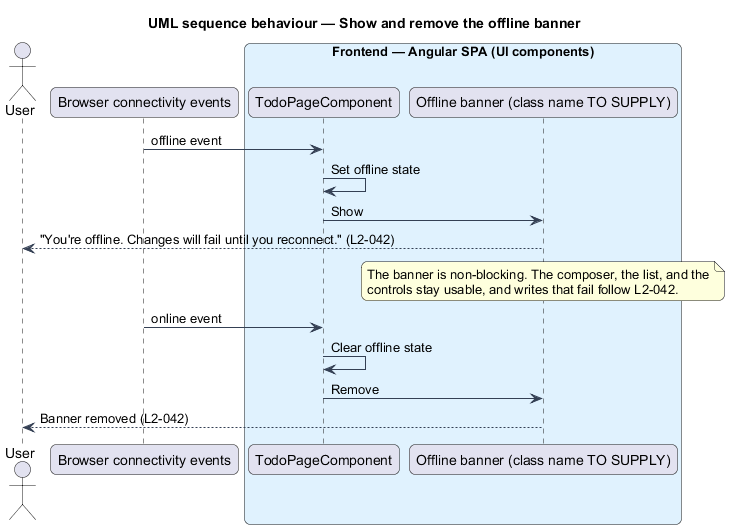
The PlantUML diagram docs/detailed-designs/interface/handle-connectivity-failures/diagrams/sequence-offline-banner.png in QuinntyneBrown/php-todo-lab, before a commit. Its diagram source:
```plantuml
@startuml
title UML sequence behaviour — Show and remove the offline banner
skinparam backgroundColor #FFFFFF
skinparam shadowing false
skinparam roundcorner 12
skinparam defaultFontName Arial
skinparam ArrowColor #344054
skinparam rectangle {
  BorderColor #344054
  FontColor #101828
}
skinparam package {
  BorderColor #667085
  FontColor #101828
  BackgroundColor #F9FAFB
}
actor "User" as user
participant "Browser connectivity events" as browser
box "Frontend — Angular SPA (UI components)" #E0F2FE
  participant "TodoPageComponent" as page
  participant "Offline banner (class name TO SUPPLY)" as banner
end box
browser -> page : offline event
page -> page : Set offline state
page -> banner : Show
banner --> user : "You're offline. Changes will fail until you reconnect." (L2-042)
note over banner
  The banner is non-blocking. The composer, the list, and the
  controls stay usable, and writes that fail follow L2-042.
end note
browser -> page : online event
page -> page : Clear offline state
page -> banner : Remove
banner --> user : Banner removed (L2-042)
@enduml
```
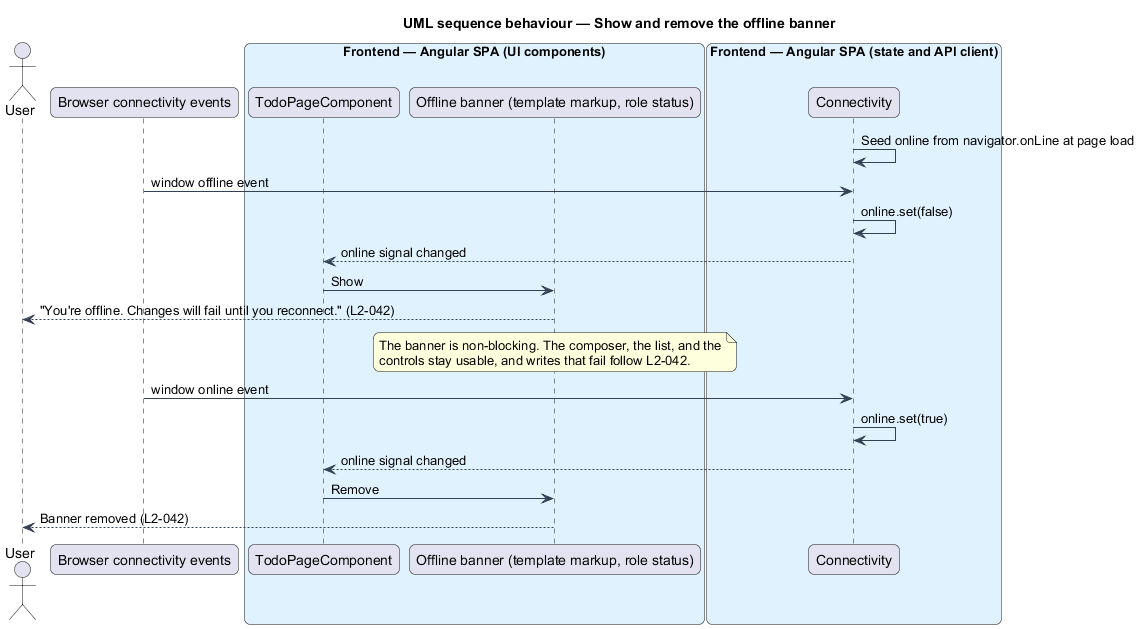
After the commit.

Diff of the diagram source:
```diff
@@ -18,18 +18,24 @@
 participant "Browser connectivity events" as browser
 box "Frontend — Angular SPA (UI components)" #E0F2FE
   participant "TodoPageComponent" as page
-  participant "Offline banner (class name TO SUPPLY)" as banner
+  participant "Offline banner (template markup, role status)" as banner
 end box
-browser -> page : offline event
-page -> page : Set offline state
+box "Frontend — Angular SPA (state and API client)" #E0F2FE
+  participant "Connectivity" as conn
+end box
+conn -> conn : Seed online from navigator.onLine at page load
+browser -> conn : window offline event
+conn -> conn : online.set(false)
+conn --> page : online signal changed
 page -> banner : Show
 banner --> user : "You're offline. Changes will fail until you reconnect." (L2-042)
 note over banner
   The banner is non-blocking. The composer, the list, and the
   controls stay usable, and writes that fail follow L2-042.
 end note
-browser -> page : online event
-page -> page : Clear offline state
+browser -> conn : window online event
+conn -> conn : online.set(true)
+conn --> page : online signal changed
 page -> banner : Remove
 banner --> user : Banner removed (L2-042)
 @enduml
```
